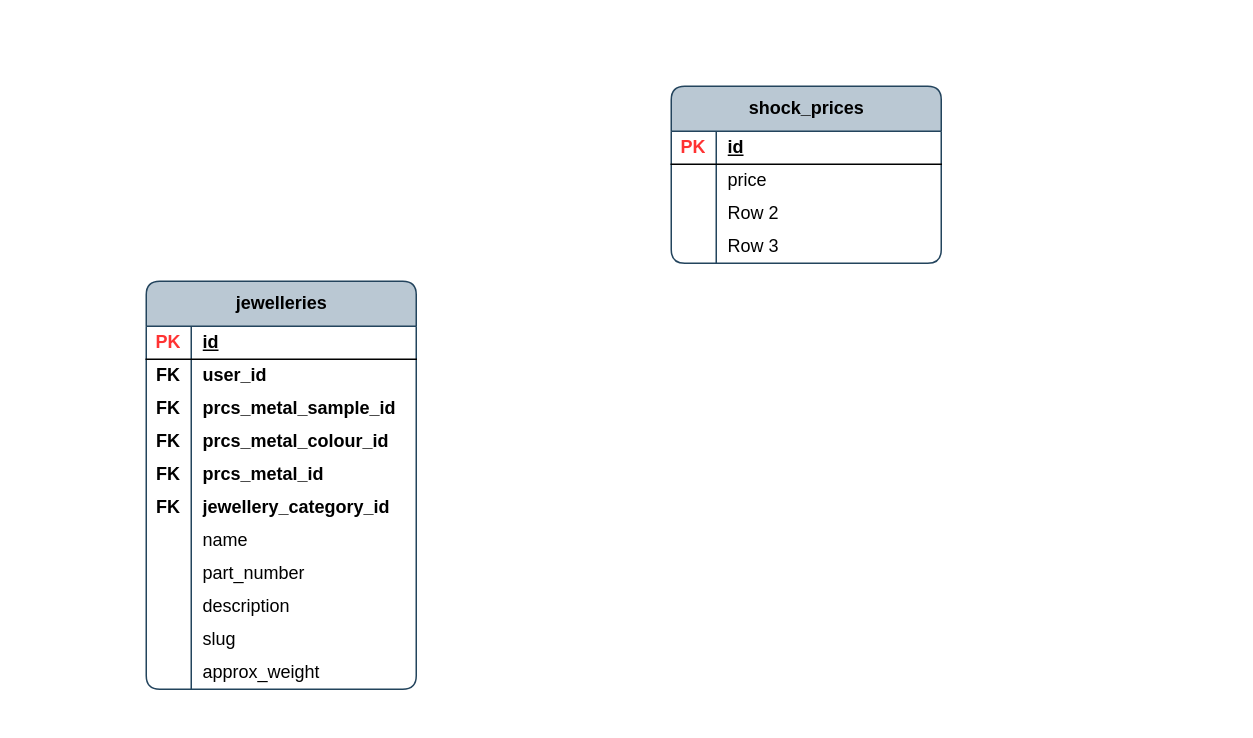
Before: page "discount" (7 of 7) of jewellery_items.drawio in acwstudio/app-ben-brumm, a draw.io diagram. Source tidied: cells renumbered, new cells numbered last; positions are measured from the earlier drawing's top-left corner, leaving out a move shared by most shapes. Both pictures are drawn from the tidied source at 150%, with x=0, y=0 at pixel (146, 86).
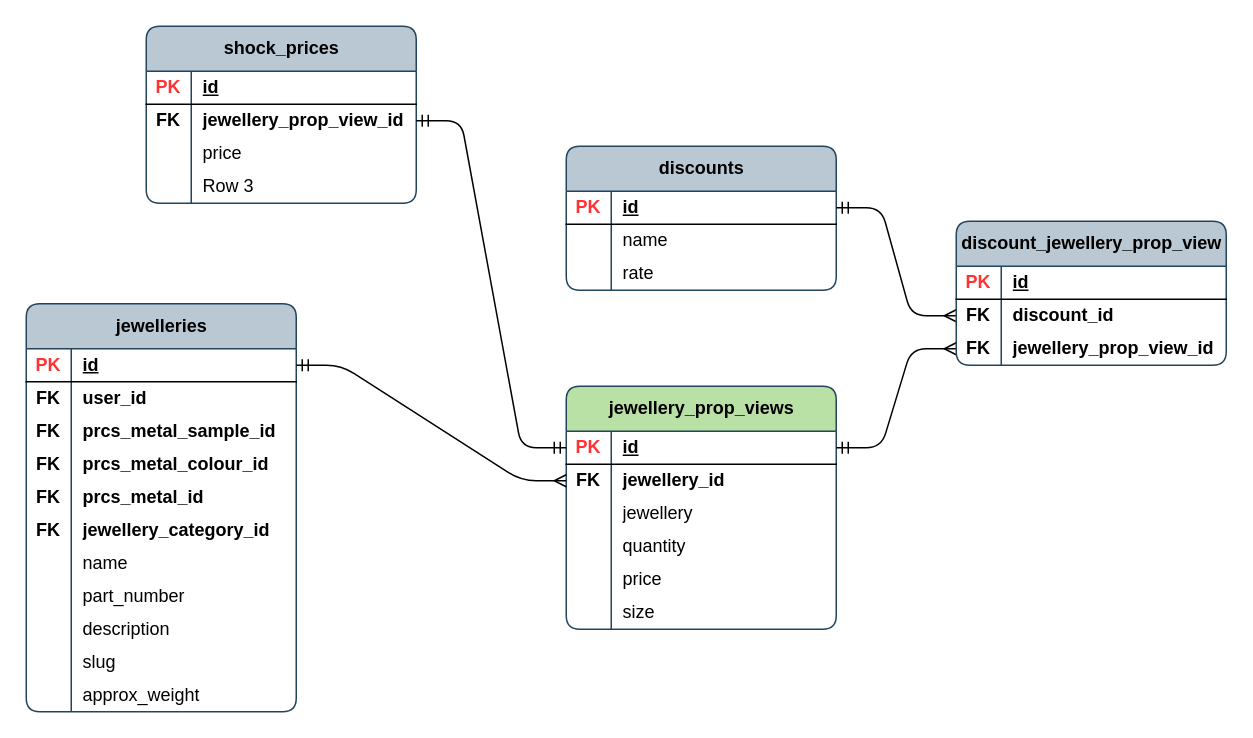
After the change.

The change refers to these unchanged cells:
```xml
<mxCell id="3" style="shape=tableRow;horizontal=0;startSize=0;swimlaneHead=0;swimlaneBody=0;fillColor=none;points=[[0,0.5],[1,0.5]];portConstraint=eastwest;top=0;left=0;right=0;bottom=1;rounded=1;" parent="2" vertex="1">
  <mxGeometry y="30" width="180" height="22" as="geometry" />
</mxCell>
<mxCell id="40" style="shape=tableRow;horizontal=0;startSize=0;swimlaneHead=0;swimlaneBody=0;fillColor=none;points=[[0,0.5],[1,0.5]];portConstraint=eastwest;top=0;left=0;right=0;bottom=0;rounded=0;" parent="36" vertex="1">
  <mxGeometry y="52" width="180" height="22" as="geometry" />
</mxCell>
<mxCell id="43" style="shape=tableRow;horizontal=0;startSize=0;swimlaneHead=0;swimlaneBody=0;fillColor=none;top=0;left=0;right=0;bottom=0;rounded=0;" parent="36" vertex="1">
  <mxGeometry y="74" width="180" height="22" as="geometry" />
</mxCell>
```

Diff of the diagram source:
```diff
@@
     <mxCell id="2" value="jewelleries" style="shape=table;startSize=30;childLayout=tableLayout;rowLines=0;fontStyle=1;align=center;html=1;rounded=1;swimlaneFillColor=none;fillColor=#bac8d3;strokeColor=#23445d;columnLines=1;arcSize=10;" parent="1" vertex="1">
-      <mxGeometry y="130" width="180" height="272" as="geometry" />
+      <mxGeometry x="-80" y="145" width="180" height="272" as="geometry" />
     </mxCell>
@@
     <mxCell id="36" value="shock_prices" style="shape=table;startSize=30;childLayout=tableLayout;rowLines=0;fontStyle=1;align=center;html=1;rounded=1;swimlaneFillColor=none;fillColor=#bac8d3;strokeColor=#23445d;columnLines=1;arcSize=10;" parent="1" vertex="1">
-      <mxGeometry x="350" width="180" height="118" as="geometry" />
+      <mxGeometry y="-40" width="180" height="118" as="geometry" />
     </mxCell>
@@
-    <mxCell id="41" style="shape=partialRectangle;fillColor=none;top=0;left=0;bottom=0;right=0;overflow=hidden;whiteSpace=wrap;html=1;" parent="40" vertex="1">
+    <mxCell id="41" value="&lt;b&gt;FK&lt;/b&gt;" style="shape=partialRectangle;fillColor=none;top=0;left=0;bottom=0;right=0;overflow=hidden;whiteSpace=wrap;html=1;" parent="40" vertex="1">
       <mxGeometry width="30" height="22" as="geometry" />
     </mxCell>
-    <mxCell id="42" value="price" style="shape=partialRectangle;fillColor=none;top=0;left=0;bottom=0;right=0;align=left;spacingLeft=6;overflow=hidden;whiteSpace=wrap;html=1;" parent="40" vertex="1">
+    <mxCell id="42" value="&lt;b&gt;jewellery_prop_view_id&lt;/b&gt;" style="shape=partialRectangle;fillColor=none;top=0;left=0;bottom=0;right=0;align=left;spacingLeft=6;overflow=hidden;whiteSpace=wrap;html=1;" parent="40" vertex="1">
       <mxGeometry x="30" width="150" height="22" as="geometry" />
     </mxCell>
@@
-    <mxCell id="45" value="Row 2" style="shape=partialRectangle;fillColor=none;top=0;left=0;bottom=0;right=0;align=left;spacingLeft=6;overflow=hidden;whiteSpace=wrap;html=1;" parent="43" vertex="1">
+    <mxCell id="45" value="price" style="shape=partialRectangle;fillColor=none;top=0;left=0;bottom=0;right=0;align=left;spacingLeft=6;overflow=hidden;whiteSpace=wrap;html=1;" parent="43" vertex="1">
       <mxGeometry x="30" width="150" height="22" as="geometry" />
     </mxCell>
@@
+    <mxCell id="49" value="jewellery_prop_views" style="shape=table;startSize=30;childLayout=tableLayout;rowLines=0;fontStyle=1;align=center;html=1;rounded=1;swimlaneFillColor=none;fillColor=#B9E0A5;strokeColor=#23445d;columnLines=1;arcSize=10;" parent="1" vertex="1">
+      <mxGeometry x="280" y="200" width="180" height="162" as="geometry" />
+    </mxCell>
+    <mxCell id="50" style="shape=tableRow;horizontal=0;startSize=0;swimlaneHead=0;swimlaneBody=0;fillColor=none;points=[[0,0.5],[1,0.5]];portConstraint=eastwest;top=0;left=0;right=0;bottom=1;rounded=0;" parent="49" vertex="1">
+      <mxGeometry y="30" width="180" height="22" as="geometry" />
+    </mxCell>
+    <mxCell id="51" value="&lt;font color=&quot;#ff3333&quot;&gt;PK&lt;/font&gt;" style="shape=partialRectangle;fillColor=none;top=0;left=0;bottom=0;right=0;fontStyle=1;overflow=hidden;whiteSpace=wrap;html=1;" parent="50" vertex="1">
+      <mxGeometry width="30" height="22" as="geometry" />
+    </mxCell>
+    <mxCell id="52" value="id" style="shape=partialRectangle;fillColor=none;top=0;left=0;bottom=0;right=0;align=left;spacingLeft=6;fontStyle=5;overflow=hidden;whiteSpace=wrap;html=1;" parent="50" vertex="1">
+      <mxGeometry x="30" width="150" height="22" as="geometry" />
+    </mxCell>
+    <mxCell id="53" style="shape=tableRow;horizontal=0;startSize=0;swimlaneHead=0;swimlaneBody=0;fillColor=none;points=[[0,0.5],[1,0.5]];portConstraint=eastwest;top=0;left=0;right=0;bottom=0;rounded=0;" parent="49" vertex="1">
+      <mxGeometry y="52" width="180" height="22" as="geometry" />
+    </mxCell>
+    <mxCell id="54" value="&lt;b&gt;FK&lt;/b&gt;" style="shape=partialRectangle;fillColor=none;top=0;left=0;bottom=0;right=0;overflow=hidden;whiteSpace=wrap;html=1;" parent="53" vertex="1">
+      <mxGeometry width="30" height="22" as="geometry" />
+    </mxCell>
+    <mxCell id="55" value="&lt;b&gt;jewellery_id&lt;/b&gt;" style="shape=partialRectangle;fillColor=none;top=0;left=0;bottom=0;right=0;align=left;spacingLeft=6;overflow=hidden;whiteSpace=wrap;html=1;" parent="53" vertex="1">
+      <mxGeometry x="30" width="150" height="22" as="geometry" />
+    </mxCell>
+    <mxCell id="56" style="shape=tableRow;horizontal=0;startSize=0;swimlaneHead=0;swimlaneBody=0;fillColor=none;top=0;left=0;right=0;bottom=0;rounded=0;" parent="49" vertex="1">
+      <mxGeometry y="74" width="180" height="22" as="geometry" />
+    </mxCell>
+    <mxCell id="57" style="shape=partialRectangle;fillColor=none;top=0;left=0;bottom=0;right=0;overflow=hidden;whiteSpace=wrap;html=1;" parent="56" vertex="1">
+      <mxGeometry width="30" height="22" as="geometry" />
+    </mxCell>
+    <mxCell id="58" value="jewellery" style="shape=partialRectangle;fillColor=none;top=0;left=0;bottom=0;right=0;align=left;spacingLeft=6;overflow=hidden;whiteSpace=wrap;html=1;" parent="56" vertex="1">
+      <mxGeometry x="30" width="150" height="22" as="geometry" />
+    </mxCell>
+    <mxCell id="59" style="shape=tableRow;horizontal=0;startSize=0;swimlaneHead=0;swimlaneBody=0;fillColor=none;top=0;left=0;right=0;bottom=0;rounded=0;" parent="49" vertex="1">
+      <mxGeometry y="96" width="180" height="22" as="geometry" />
+    </mxCell>
+    <mxCell id="60" style="shape=partialRectangle;fillColor=none;top=0;left=0;bottom=0;right=0;overflow=hidden;whiteSpace=wrap;html=1;" parent="59" vertex="1">
+      <mxGeometry width="30" height="22" as="geometry" />
+    </mxCell>
+    <mxCell id="61" value="quantity" style="shape=partialRectangle;fillColor=none;top=0;left=0;bottom=0;right=0;align=left;spacingLeft=6;overflow=hidden;whiteSpace=wrap;html=1;" parent="59" vertex="1">
+      <mxGeometry x="30" width="150" height="22" as="geometry" />
+    </mxCell>
+    <mxCell id="62" style="shape=tableRow;horizontal=0;startSize=0;swimlaneHead=0;swimlaneBody=0;fillColor=none;top=0;left=0;right=0;bottom=0;rounded=0;" parent="49" vertex="1">
+      <mxGeometry y="118" width="180" height="22" as="geometry" />
+    </mxCell>
+    <mxCell id="63" style="shape=partialRectangle;fillColor=none;top=0;left=0;bottom=0;right=0;overflow=hidden;whiteSpace=wrap;html=1;" parent="62" vertex="1">
+      <mxGeometry width="30" height="22" as="geometry" />
+    </mxCell>
+    <mxCell id="64" value="price" style="shape=partialRectangle;fillColor=none;top=0;left=0;bottom=0;right=0;align=left;spacingLeft=6;overflow=hidden;whiteSpace=wrap;html=1;" parent="62" vertex="1">
+      <mxGeometry x="30" width="150" height="22" as="geometry" />
+    </mxCell>
+    <mxCell id="65" style="shape=tableRow;horizontal=0;startSize=0;swimlaneHead=0;swimlaneBody=0;fillColor=none;top=0;left=0;right=0;bottom=0;rounded=0;" parent="49" vertex="1">
+      <mxGeometry y="140" width="180" height="22" as="geometry" />
+    </mxCell>
+    <mxCell id="66" style="shape=partialRectangle;fillColor=none;top=0;left=0;bottom=0;right=0;overflow=hidden;whiteSpace=wrap;html=1;" parent="65" vertex="1">
+      <mxGeometry width="30" height="22" as="geometry" />
+    </mxCell>
+    <mxCell id="67" value="size" style="shape=partialRectangle;fillColor=none;top=0;left=0;bottom=0;right=0;align=left;spacingLeft=6;overflow=hidden;whiteSpace=wrap;html=1;" parent="65" vertex="1">
+      <mxGeometry x="30" width="150" height="22" as="geometry" />
+    </mxCell>
+    <mxCell id="68" style="edgeStyle=entityRelationEdgeStyle;fontSize=12;html=1;endArrow=ERmany;rounded=1;curved=0;exitX=1;exitY=0.5;exitDx=0;exitDy=0;entryX=0;entryY=0.5;entryDx=0;entryDy=0;startArrow=ERmandOne;startFill=0;" parent="1" edge="1" source="3" target="53">
+      <mxGeometry relative="1" as="geometry" />
+    </mxCell>
+    <mxCell id="69" value="discounts" style="shape=table;startSize=30;childLayout=tableLayout;rowLines=0;fontStyle=1;align=center;html=1;rounded=1;swimlaneFillColor=none;fillColor=#bac8d3;strokeColor=#23445d;columnLines=1;arcSize=10;" parent="1" vertex="1">
+      <mxGeometry x="280" y="40" width="180" height="96" as="geometry" />
+    </mxCell>
+    <mxCell id="70" style="shape=tableRow;horizontal=0;startSize=0;swimlaneHead=0;swimlaneBody=0;fillColor=none;points=[[0,0.5],[1,0.5]];portConstraint=eastwest;top=0;left=0;right=0;bottom=1;rounded=0;" parent="69" vertex="1">
+      <mxGeometry y="30" width="180" height="22" as="geometry" />
+    </mxCell>
+    <mxCell id="71" value="&lt;font color=&quot;#ff3333&quot;&gt;PK&lt;/font&gt;" style="shape=partialRectangle;fillColor=none;top=0;left=0;bottom=0;right=0;fontStyle=1;overflow=hidden;whiteSpace=wrap;html=1;" parent="70" vertex="1">
+      <mxGeometry width="30" height="22" as="geometry" />
+    </mxCell>
+    <mxCell id="72" value="id" style="shape=partialRectangle;fillColor=none;top=0;left=0;bottom=0;right=0;align=left;spacingLeft=6;fontStyle=5;overflow=hidden;whiteSpace=wrap;html=1;" parent="70" vertex="1">
+      <mxGeometry x="30" width="150" height="22" as="geometry" />
+    </mxCell>
+    <mxCell id="73" style="shape=tableRow;horizontal=0;startSize=0;swimlaneHead=0;swimlaneBody=0;fillColor=none;top=0;left=0;right=0;bottom=0;rounded=0;" parent="69" vertex="1">
+      <mxGeometry y="52" width="180" height="22" as="geometry" />
+    </mxCell>
+    <mxCell id="74" style="shape=partialRectangle;fillColor=none;top=0;left=0;bottom=0;right=0;overflow=hidden;whiteSpace=wrap;html=1;" parent="73" vertex="1">
+      <mxGeometry width="30" height="22" as="geometry" />
+    </mxCell>
+    <mxCell id="75" value="name" style="shape=partialRectangle;fillColor=none;top=0;left=0;bottom=0;right=0;align=left;spacingLeft=6;overflow=hidden;whiteSpace=wrap;html=1;" parent="73" vertex="1">
+      <mxGeometry x="30" width="150" height="22" as="geometry" />
+    </mxCell>
+    <mxCell id="76" style="shape=tableRow;horizontal=0;startSize=0;swimlaneHead=0;swimlaneBody=0;fillColor=none;top=0;left=0;right=0;bottom=0;rounded=0;" parent="69" vertex="1">
+      <mxGeometry y="74" width="180" height="22" as="geometry" />
+    </mxCell>
+    <mxCell id="77" style="shape=partialRectangle;fillColor=none;top=0;left=0;bottom=0;right=0;overflow=hidden;whiteSpace=wrap;html=1;" parent="76" vertex="1">
+      <mxGeometry width="30" height="22" as="geometry" />
+    </mxCell>
+    <mxCell id="78" value="rate" style="shape=partialRectangle;fillColor=none;top=0;left=0;bottom=0;right=0;align=left;spacingLeft=6;overflow=hidden;whiteSpace=wrap;html=1;" parent="76" vertex="1">
+      <mxGeometry x="30" width="150" height="22" as="geometry" />
+    </mxCell>
+    <mxCell id="79" style="edgeStyle=entityRelationEdgeStyle;fontSize=12;html=1;endArrow=ERmany;rounded=1;curved=0;exitX=1;exitY=0.5;exitDx=0;exitDy=0;startArrow=ERmandOne;startFill=0;entryX=0;entryY=0.5;entryDx=0;entryDy=0;" parent="1" edge="1" source="50" target="88">
+      <mxGeometry relative="1" as="geometry" />
+    </mxCell>
+    <mxCell id="80" style="edgeStyle=entityRelationEdgeStyle;fontSize=12;html=1;endArrow=ERmany;rounded=1;curved=0;exitX=1;exitY=0.5;exitDx=0;exitDy=0;entryX=0;entryY=0.5;entryDx=0;entryDy=0;startArrow=ERmandOne;startFill=0;" parent="1" edge="1" source="70" target="85">
+      <mxGeometry relative="1" as="geometry" />
+    </mxCell>
+    <mxCell id="81" value="discount_jewellery_prop_view" style="shape=table;startSize=30;childLayout=tableLayout;rowLines=0;fontStyle=1;align=center;html=1;rounded=1;swimlaneFillColor=none;fillColor=#bac8d3;strokeColor=#23445d;columnLines=1;arcSize=10;" parent="1" vertex="1">
+      <mxGeometry x="540" y="90" width="180" height="96" as="geometry" />
+    </mxCell>
+    <mxCell id="82" style="shape=tableRow;horizontal=0;startSize=0;swimlaneHead=0;swimlaneBody=0;fillColor=none;top=0;left=0;right=0;bottom=1;rounded=0;" parent="81" vertex="1">
+      <mxGeometry y="30" width="180" height="22" as="geometry" />
+    </mxCell>
+    <mxCell id="83" value="&lt;font color=&quot;#ff3333&quot;&gt;PK&lt;/font&gt;" style="shape=partialRectangle;fillColor=none;top=0;left=0;bottom=0;right=0;fontStyle=1;overflow=hidden;whiteSpace=wrap;html=1;" parent="82" vertex="1">
+      <mxGeometry width="30" height="22" as="geometry" />
+    </mxCell>
+    <mxCell id="84" value="id" style="shape=partialRectangle;fillColor=none;top=0;left=0;bottom=0;right=0;align=left;spacingLeft=6;fontStyle=5;overflow=hidden;whiteSpace=wrap;html=1;" parent="82" vertex="1">
+      <mxGeometry x="30" width="150" height="22" as="geometry" />
+    </mxCell>
+    <mxCell id="85" style="shape=tableRow;horizontal=0;startSize=0;swimlaneHead=0;swimlaneBody=0;fillColor=none;points=[[0,0.5],[1,0.5]];portConstraint=eastwest;top=0;left=0;right=0;bottom=0;rounded=0;" parent="81" vertex="1">
+      <mxGeometry y="52" width="180" height="22" as="geometry" />
+    </mxCell>
+    <mxCell id="86" value="&lt;b&gt;FK&lt;/b&gt;" style="shape=partialRectangle;fillColor=none;top=0;left=0;bottom=0;right=0;overflow=hidden;whiteSpace=wrap;html=1;" parent="85" vertex="1">
+      <mxGeometry width="30" height="22" as="geometry" />
+    </mxCell>
+    <mxCell id="87" value="&lt;b&gt;discount_id&lt;/b&gt;" style="shape=partialRectangle;fillColor=none;top=0;left=0;bottom=0;right=0;align=left;spacingLeft=6;overflow=hidden;whiteSpace=wrap;html=1;" parent="85" vertex="1">
+      <mxGeometry x="30" width="150" height="22" as="geometry" />
+    </mxCell>
+    <mxCell id="88" style="shape=tableRow;horizontal=0;startSize=0;swimlaneHead=0;swimlaneBody=0;fillColor=none;points=[[0,0.5],[1,0.5]];portConstraint=eastwest;top=0;left=0;right=0;bottom=0;rounded=0;" parent="81" vertex="1">
+      <mxGeometry y="74" width="180" height="22" as="geometry" />
+    </mxCell>
+    <mxCell id="89" value="&lt;b&gt;FK&lt;/b&gt;" style="shape=partialRectangle;fillColor=none;top=0;left=0;bottom=0;right=0;overflow=hidden;whiteSpace=wrap;html=1;" parent="88" vertex="1">
+      <mxGeometry width="30" height="22" as="geometry" />
+    </mxCell>
+    <mxCell id="90" value="&lt;b&gt;jewellery_prop_view_id&lt;/b&gt;" style="shape=partialRectangle;fillColor=none;top=0;left=0;bottom=0;right=0;align=left;spacingLeft=6;overflow=hidden;whiteSpace=wrap;html=1;" parent="88" vertex="1">
+      <mxGeometry x="30" width="150" height="22" as="geometry" />
+    </mxCell>
+    <mxCell id="91" style="edgeStyle=entityRelationEdgeStyle;fontSize=12;html=1;endArrow=ERmandOne;rounded=1;curved=0;entryX=1;entryY=0.5;entryDx=0;entryDy=0;startArrow=ERmandOne;startFill=0;exitX=0;exitY=0.5;exitDx=0;exitDy=0;endFill=0;" parent="1" edge="1" source="50" target="40">
+      <mxGeometry relative="1" as="geometry" />
+    </mxCell>
```
